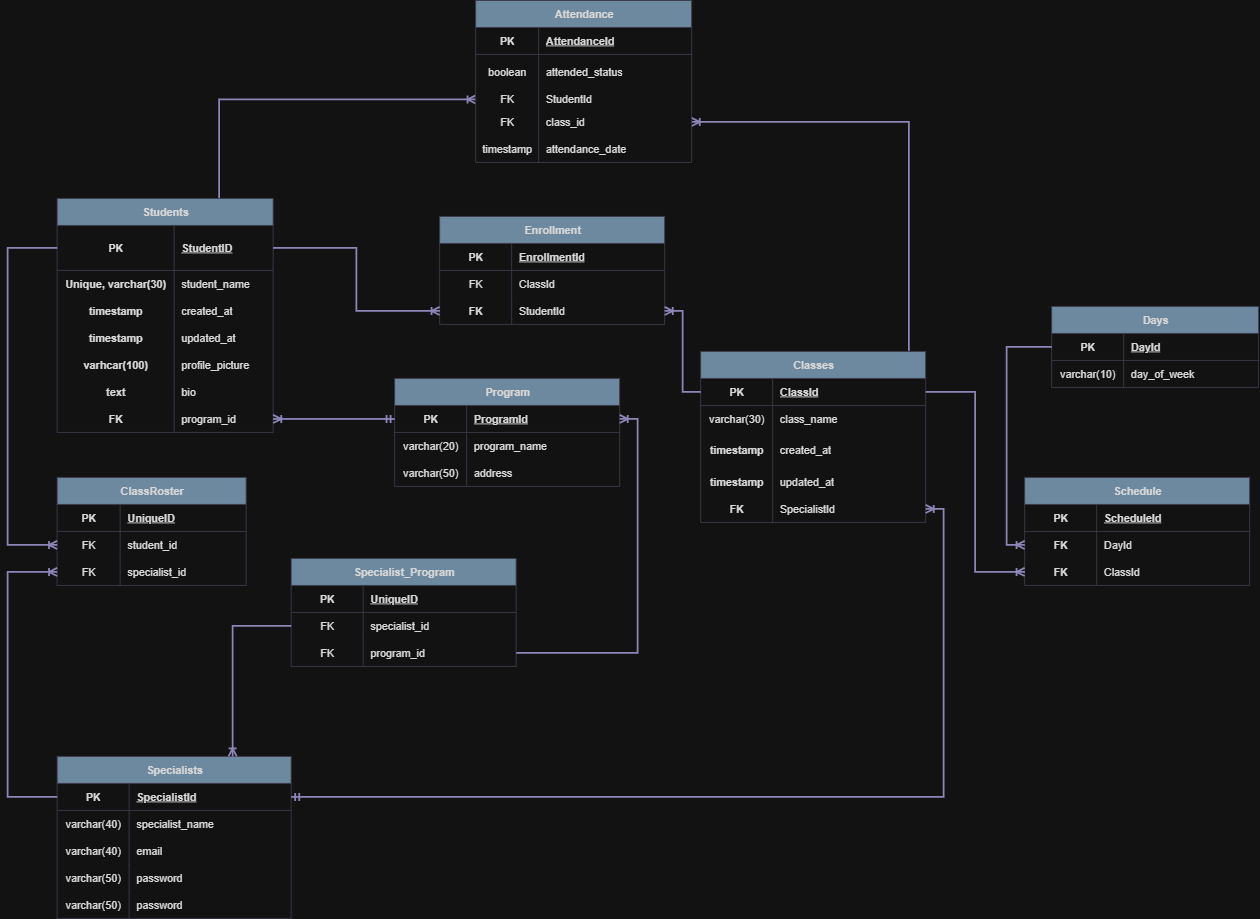
Earlier version of the draw.io export AttendanceTrackerApp/docs/diagrams/attendance tracker schema diagram.png (darienmiller88/AttendanceTracker). Source tidied: cells renumbered, new cells last; positions are measured from the earlier drawing's top-left corner, leaving out a move shared by most shapes.
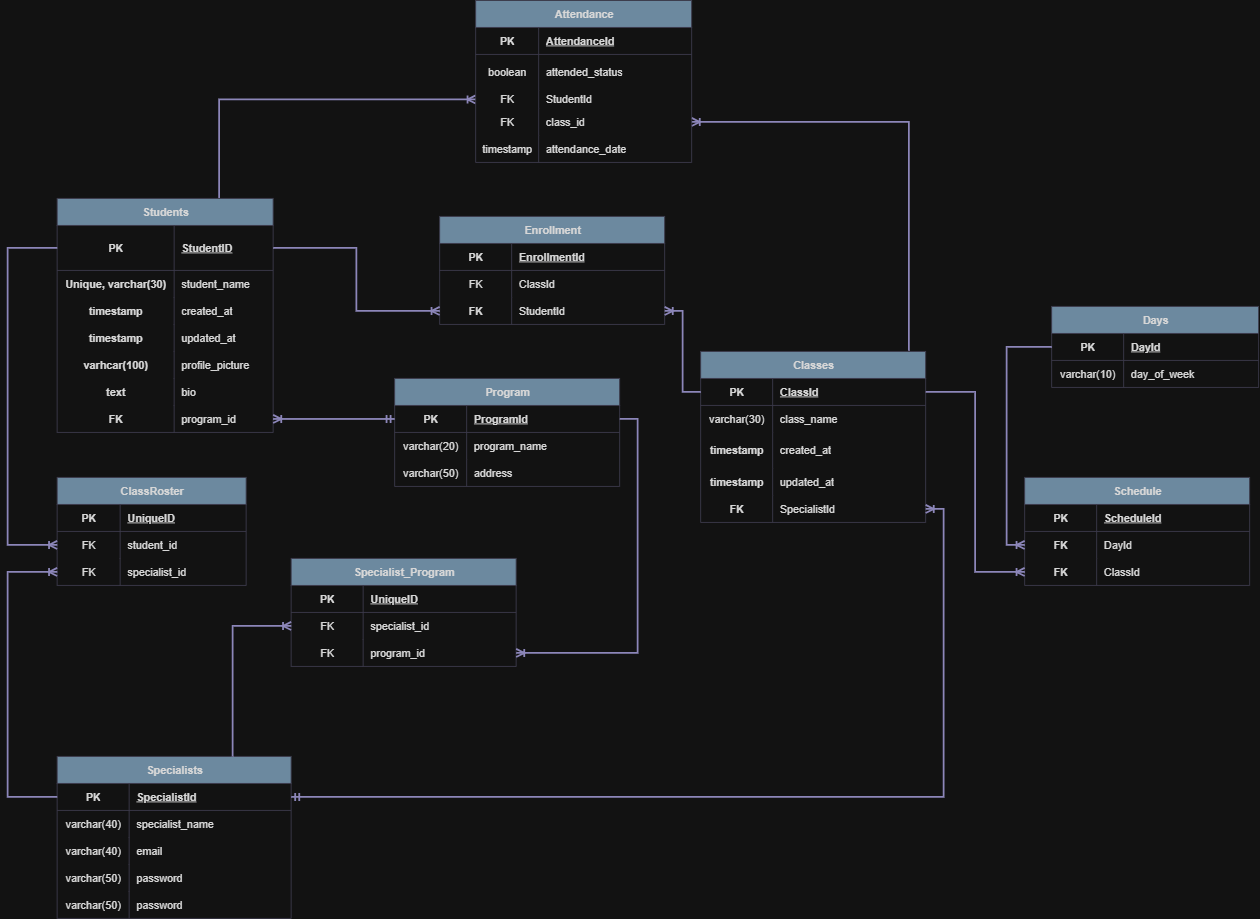
After the change.

Commit message:
chore: changed arrow design on Program table for schema design diagram

What changed in the source:
```diff
@@ -417,10 +417,10 @@
     <mxCell id="136" value="address" style="shape=partialRectangle;fillColor=none;top=0;left=0;bottom=0;right=0;align=left;spacingLeft=6;overflow=hidden;whiteSpace=wrap;html=1;strokeColor=#D0CEE2;fontColor=#1A1A1A;" parent="134" vertex="1">
       <mxGeometry x="80" width="170" height="30" as="geometry" />
     </mxCell>
-    <mxCell id="137" style="edgeStyle=orthogonalEdgeStyle;rounded=0;jettySize=auto;html=1;exitX=1;exitY=0.5;exitDx=0;exitDy=0;entryX=1;entryY=0.5;entryDx=0;entryDy=0;strokeColor=#736CA8;fontColor=#1A1A1A;strokeWidth=2;endArrow=ERoneToMany;endFill=0;" parent="1" edge="1" source="124" target="128">
+    <mxCell id="137" style="edgeStyle=orthogonalEdgeStyle;rounded=0;jettySize=auto;html=1;exitX=1;exitY=0.5;exitDx=0;exitDy=0;entryX=1;entryY=0.5;entryDx=0;entryDy=0;strokeColor=#736CA8;fontColor=#1A1A1A;strokeWidth=2;endArrow=none;endFill=0;startArrow=ERoneToMany;startFill=0;" parent="1" edge="1" source="124" target="128">
       <mxGeometry relative="1" as="geometry" />
     </mxCell>
-    <mxCell id="138" style="edgeStyle=orthogonalEdgeStyle;rounded=0;jettySize=auto;html=1;exitX=0;exitY=0.5;exitDx=0;exitDy=0;entryX=0.75;entryY=0;entryDx=0;entryDy=0;strokeColor=#736CA8;fontColor=#1A1A1A;strokeWidth=2;endArrow=ERoneToMany;endFill=0;" parent="1" edge="1" source="121" target="58">
+    <mxCell id="138" style="edgeStyle=orthogonalEdgeStyle;rounded=0;jettySize=auto;html=1;exitX=0;exitY=0.5;exitDx=0;exitDy=0;entryX=0.75;entryY=0;entryDx=0;entryDy=0;strokeColor=#736CA8;fontColor=#1A1A1A;strokeWidth=2;endArrow=none;endFill=0;startArrow=ERoneToMany;startFill=0;" parent="1" edge="1" source="121" target="58">
       <mxGeometry relative="1" as="geometry" />
     </mxCell>
     <mxCell id="139" style="edgeStyle=orthogonalEdgeStyle;rounded=0;jettySize=auto;html=1;exitX=0;exitY=0.5;exitDx=0;exitDy=0;entryX=1;entryY=0.5;entryDx=0;entryDy=0;strokeColor=#736CA8;fontColor=#1A1A1A;strokeWidth=2;endArrow=ERoneToMany;endFill=0;startArrow=ERmandOne;startFill=0;" parent="1" edge="1" source="128" target="39">
```
